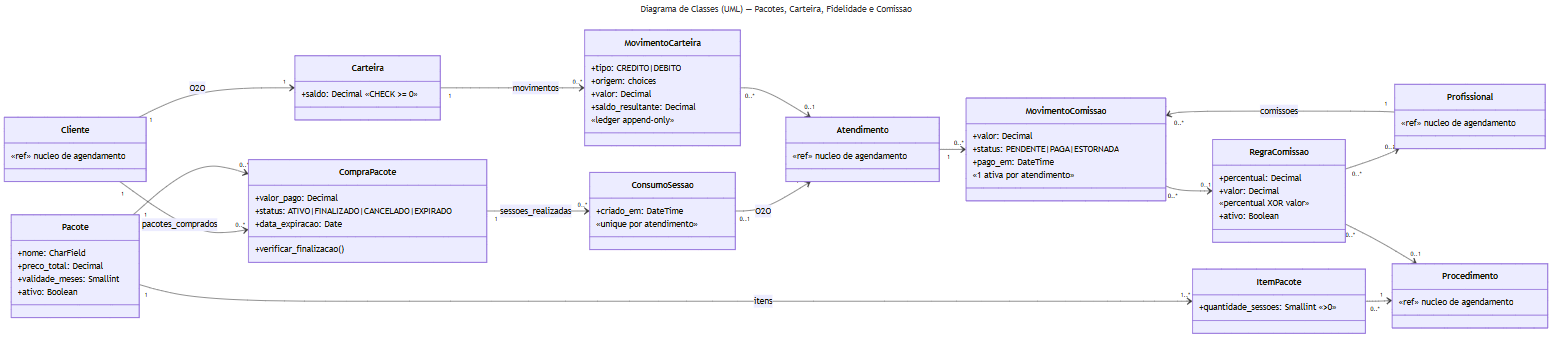
Before: docs/diagramas/04-classe-financeiro.png, a diagram exported from Mermaid (RafaelSMaciel/jaqueline-aranha-estetica). Its source is kept beside it as docs/diagramas/04-classe-financeiro.mmd. Its diagram source:
```mermaid
---
title: Diagrama de Classes (UML) — Pacotes, Carteira, Fidelidade e Comissao
---
classDiagram
    direction LR

    class Cliente {
        «ref» nucleo de agendamento
    }
    class Atendimento {
        «ref» nucleo de agendamento
    }
    class Procedimento {
        «ref» nucleo de agendamento
    }
    class Profissional {
        «ref» nucleo de agendamento
    }

    class Pacote {
        +nome: CharField
        +preco_total: Decimal
        +validade_meses: Smallint
        +ativo: Boolean
    }
    class ItemPacote {
        +quantidade_sessoes: Smallint «>0»
    }
    class CompraPacote {
        +valor_pago: Decimal
        +status: ATIVO|FINALIZADO|CANCELADO|EXPIRADO
        +data_expiracao: Date
        +verificar_finalizacao()
    }
    class ConsumoSessao {
        +criado_em: DateTime
        «unique por atendimento»
    }
    class Carteira {
        +saldo: Decimal «CHECK >= 0»
    }
    class MovimentoCarteira {
        +tipo: CREDITO|DEBITO
        +origem: choices
        +valor: Decimal
        +saldo_resultante: Decimal
        «ledger append-only»
    }
    class RegraComissao {
        +percentual: Decimal
        +valor: Decimal
        «percentual XOR valor»
        +ativo: Boolean
    }
    class MovimentoComissao {
        +valor: Decimal
        +status: PENDENTE|PAGA|ESTORNADA
        +pago_em: DateTime
        «1 ativa por atendimento»
    }

    Pacote "1" --> "1..*" ItemPacote : itens
    ItemPacote "0..*" --> "1" Procedimento
    Cliente "1" --> "0..*" CompraPacote : pacotes_comprados
    Pacote "1" --> "0..*" CompraPacote
    CompraPacote "1" --> "0..*" ConsumoSessao : sessoes_realizadas
    ConsumoSessao "0..1" --> "1" Atendimento : O2O

    Cliente "1" --> "1" Carteira : O2O
    Carteira "1" --> "0..*" MovimentoCarteira : movimentos
    MovimentoCarteira "0..*" --> "0..1" Atendimento

    RegraComissao "0..*" --> "0..1" Profissional
    RegraComissao "0..*" --> "0..1" Procedimento
    Profissional "1" --> "0..*" MovimentoComissao : comissoes
    Atendimento "1" --> "0..*" MovimentoComissao
    MovimentoComissao "0..*" --> "0..1" RegraComissao
```
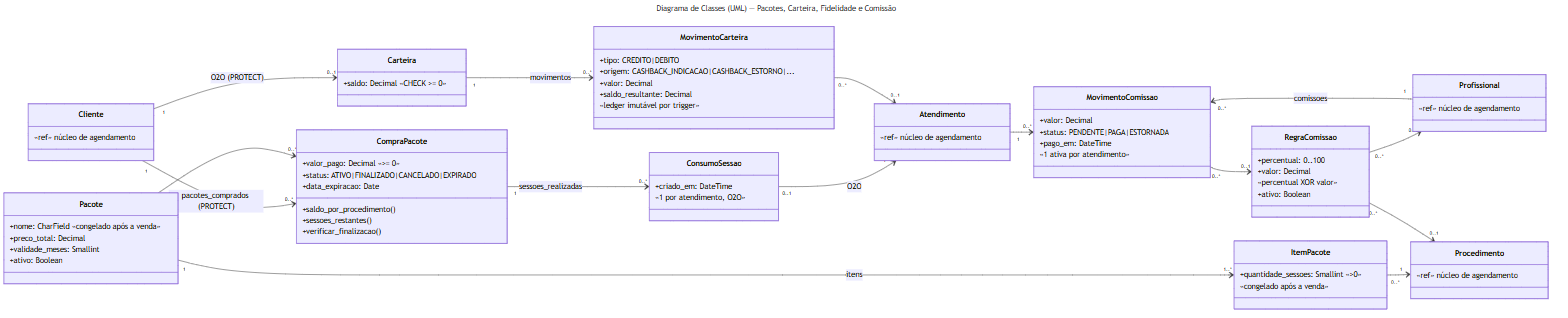
After the change.

What changed in the source:
```diff
@@ -1,53 +1,56 @@
 ---
-title: Diagrama de Classes (UML) — Pacotes, Carteira, Fidelidade e Comissao
+title: Diagrama de Classes (UML) — Pacotes, Carteira, Fidelidade e Comissão
 ---
 classDiagram
     direction LR
 
     class Cliente {
-        «ref» nucleo de agendamento
+        «ref» núcleo de agendamento
     }
     class Atendimento {
-        «ref» nucleo de agendamento
+        «ref» núcleo de agendamento
     }
     class Procedimento {
-        «ref» nucleo de agendamento
+        «ref» núcleo de agendamento
     }
     class Profissional {
-        «ref» nucleo de agendamento
+        «ref» núcleo de agendamento
     }
 
     class Pacote {
-        +nome: CharField
+        +nome: CharField «congelado após a venda»
         +preco_total: Decimal
         +validade_meses: Smallint
         +ativo: Boolean
     }
     class ItemPacote {
         +quantidade_sessoes: Smallint «>0»
+        «congelado após a venda»
     }
     class CompraPacote {
-        +valor_pago: Decimal
+        +valor_pago: Decimal «>= 0»
         +status: ATIVO|FINALIZADO|CANCELADO|EXPIRADO
         +data_expiracao: Date
+        +saldo_por_procedimento()
+        +sessoes_restantes()
         +verificar_finalizacao()
     }
     class ConsumoSessao {
         +criado_em: DateTime
-        «unique por atendimento»
+        «1 por atendimento, O2O»
     }
     class Carteira {
         +saldo: Decimal «CHECK >= 0»
     }
     class MovimentoCarteira {
         +tipo: CREDITO|DEBITO
-        +origem: choices
+        +origem: CASHBACK_INDICACAO|CASHBACK_ESTORNO|...
         +valor: Decimal
         +saldo_resultante: Decimal
-        «ledger append-only»
+        «ledger imutável por trigger»
     }
     class RegraComissao {
-        +percentual: Decimal
+        +percentual: 0..100
         +valor: Decimal
         «percentual XOR valor»
         +ativo: Boolean
@@ -61,12 +64,12 @@
 
     Pacote "1" --> "1..*" ItemPacote : itens
     ItemPacote "0..*" --> "1" Procedimento
-    Cliente "1" --> "0..*" CompraPacote : pacotes_comprados
+    Cliente "1" --> "0..*" CompraPacote : pacotes_comprados (PROTECT)
     Pacote "1" --> "0..*" CompraPacote
     CompraPacote "1" --> "0..*" ConsumoSessao : sessoes_realizadas
     ConsumoSessao "0..1" --> "1" Atendimento : O2O
 
-    Cliente "1" --> "1" Carteira : O2O
+    Cliente "1" --> "0..1" Carteira : O2O (PROTECT)
     Carteira "1" --> "0..*" MovimentoCarteira : movimentos
     MovimentoCarteira "0..*" --> "0..1" Atendimento
 
```
